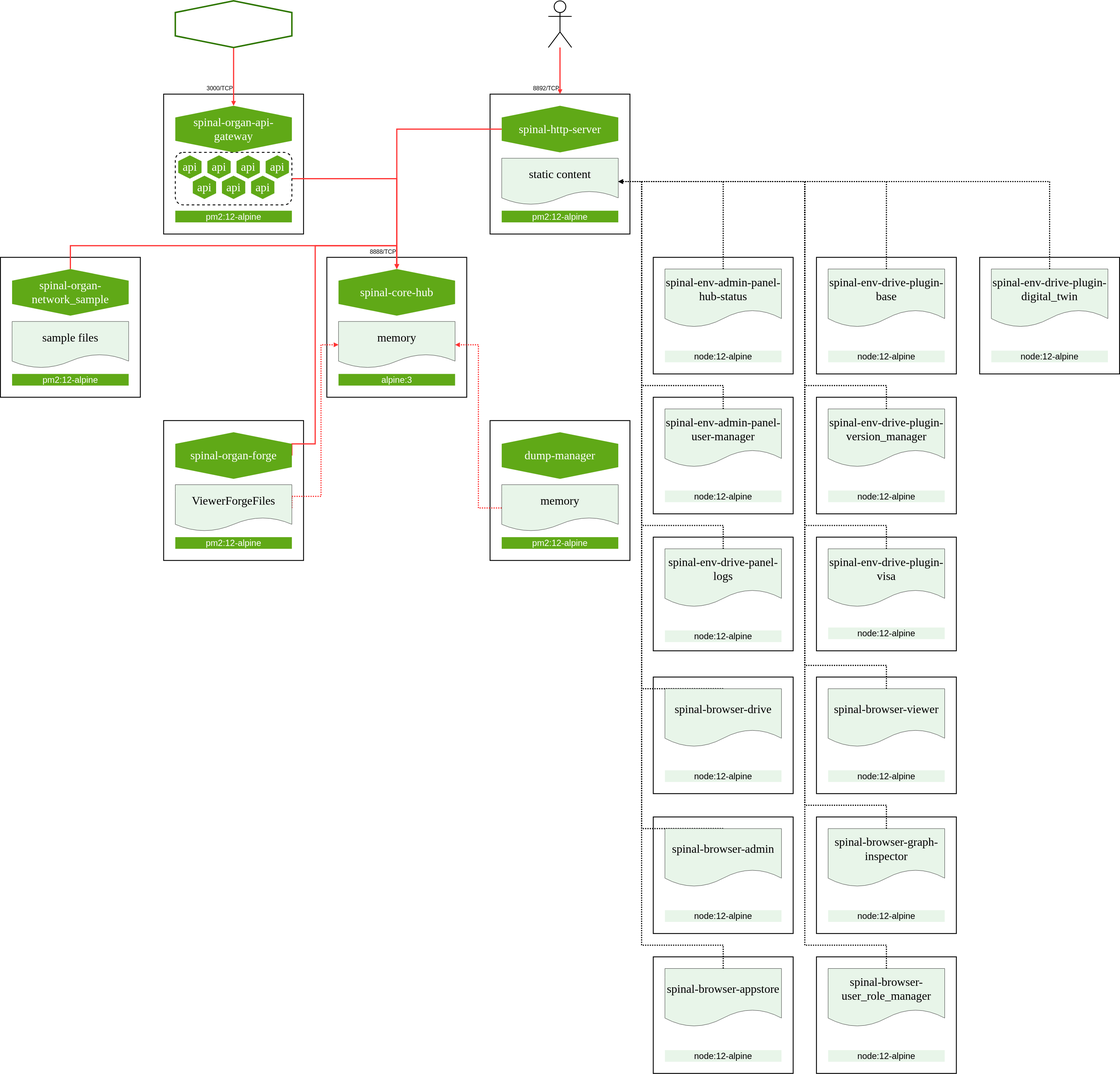
This is docs/diagrams/architecture_v0.0.1.drawio.svg from fjudith/spinalker, a draw.io export, as it was before one commit. Source tidied: cells renumbered, new cells last; positions are measured from the earlier drawing's top-left corner, leaving out a move shared by most shapes.
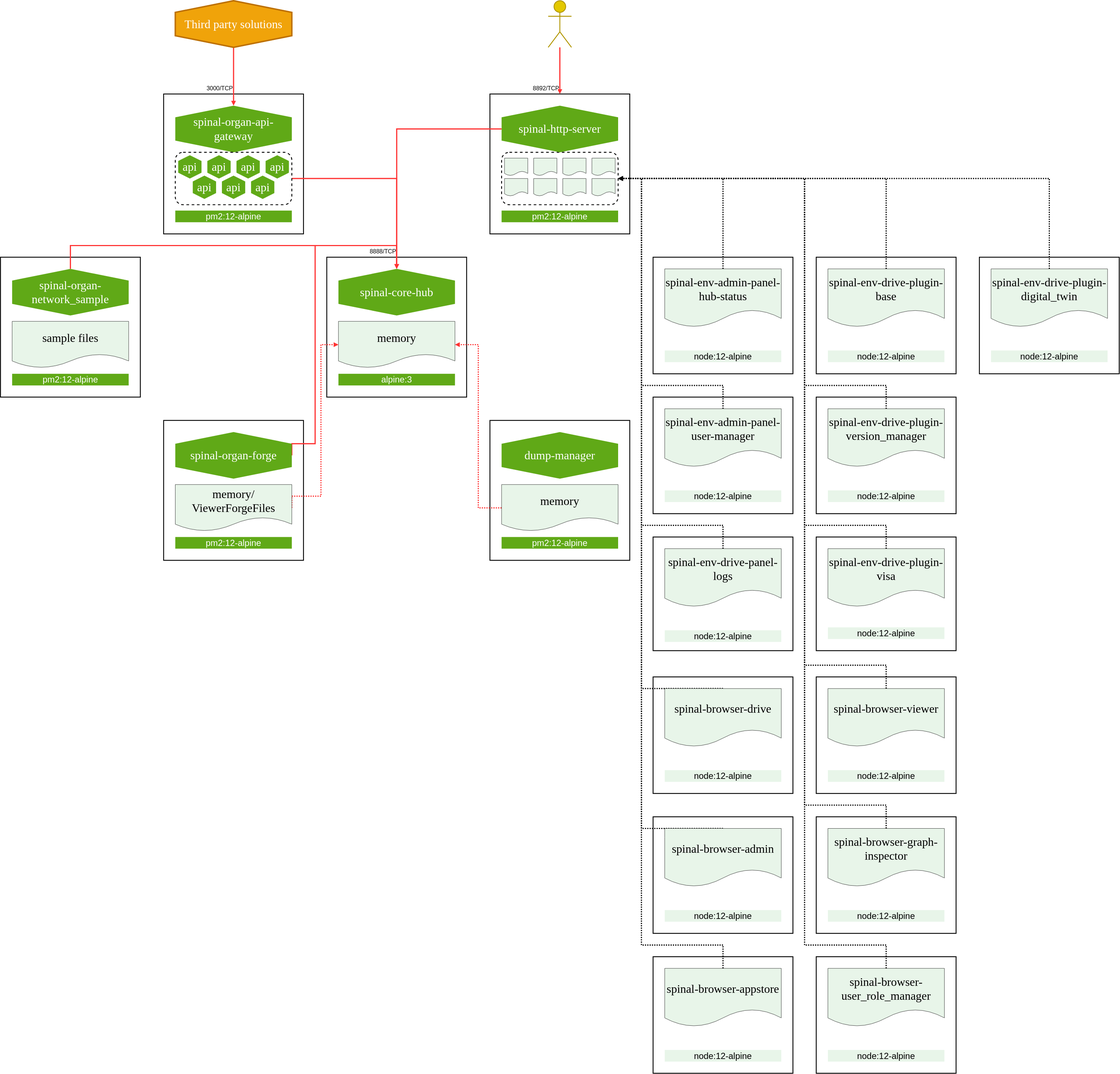
The same file after the commit.

Commit message:
Updated architecture diagram

The edit, as a diff of the source:
```diff
@@ -4,2 +4,8 @@
     <mxCell id="1" parent="0" />
+    <mxCell id="12" style="whiteSpace=wrap;html=1;rounded=0;sketch=0;fillColor=none;strokeWidth=3;" parent="1" vertex="1">
+      <mxGeometry x="1680" y="320" width="480" height="480" as="geometry" />
+    </mxCell>
+    <mxCell id="4" style="rounded=1;whiteSpace=wrap;html=1;fillColor=none;strokeWidth=3;dashed=1;" parent="1" vertex="1">
+      <mxGeometry x="1720" y="520" width="400" height="180" as="geometry" />
+    </mxCell>
     <mxCell id="2" style="whiteSpace=wrap;html=1;rounded=0;sketch=0;strokeWidth=3;fillColor=none;" parent="1" vertex="1">
@@ -7,8 +13,5 @@
     </mxCell>
-    <mxCell id="3" style="edgeStyle=orthogonalEdgeStyle;rounded=0;jettySize=auto;html=1;exitX=1;exitY=0.5;exitDx=0;exitDy=0;entryX=0;entryY=0.5;entryDx=0;entryDy=0;fontFamily=Arial;fontSize=20;fontColor=#005700;strokeWidth=4;endFill=1;endArrow=block;startFill=0;fillColor=#a20025;strokeColor=#FF3333;" parent="1" edge="1" source="4" target="10">
+    <mxCell id="3" style="edgeStyle=orthogonalEdgeStyle;rounded=0;jettySize=auto;html=1;entryX=0;entryY=0.5;entryDx=0;entryDy=0;fontFamily=Arial;fontSize=20;fontColor=#005700;strokeWidth=4;endFill=1;endArrow=block;startFill=0;fillColor=#a20025;strokeColor=#FF3333;exitX=1;exitY=0.5;exitDx=0;exitDy=0;" parent="1" edge="1" source="106" target="10">
       <mxGeometry relative="1" as="geometry" />
     </mxCell>
-    <mxCell id="4" style="rounded=1;whiteSpace=wrap;html=1;fillColor=none;strokeWidth=3;dashed=1;" parent="1" vertex="1">
-      <mxGeometry x="600" y="520" width="400" height="180" as="geometry" />
-    </mxCell>
     <mxCell id="5" style="rounded=0;whiteSpace=wrap;html=1;fillColor=none;fontColor=#f0f0f0;strokeWidth=3;sketch=0;" parent="1" vertex="1">
@@ -19,3 +22,3 @@
     </mxCell>
-    <mxCell id="7" style="edgeStyle=orthogonalEdgeStyle;rounded=0;jettySize=auto;html=1;exitX=0.5;exitY=0;exitDx=0;exitDy=0;entryX=1;entryY=0.5;entryDx=0;entryDy=0;fontColor=#005700;fontFamily=Arial;fontSize=20;strokeWidth=4;endFill=1;endArrow=block;startFill=0;dashed=1;dashPattern=1 1;" parent="1" edge="1" source="8" target="15">
+    <mxCell id="7" style="edgeStyle=orthogonalEdgeStyle;rounded=0;jettySize=auto;html=1;exitX=0.5;exitY=0;exitDx=0;exitDy=0;entryX=1;entryY=0.5;entryDx=0;entryDy=0;fontColor=#005700;fontFamily=Arial;fontSize=20;strokeWidth=4;endFill=1;endArrow=block;startFill=0;dashed=1;dashPattern=1 1;" parent="1" edge="1" source="8" target="4">
       <mxGeometry relative="1" as="geometry" />
@@ -34,5 +37,2 @@
     </mxCell>
-    <mxCell id="12" style="whiteSpace=wrap;html=1;rounded=0;sketch=0;fillColor=none;strokeWidth=3;" parent="1" vertex="1">
-      <mxGeometry x="1680" y="320" width="480" height="480" as="geometry" />
-    </mxCell>
     <mxCell id="13" value="spinal-http-server" style="shape=hexagon;html=1;whiteSpace=wrap;perimeter=hexagonPerimeter;rounded=0;fontSize=40;align=center;direction=south;fontFamily=Verdana;fillColor=#60a917;fontColor=#ffffff;strokeColor=none;" parent="1" vertex="1">
@@ -43,4 +43,4 @@
     </mxCell>
-    <mxCell id="15" value="&lt;span style=&quot;font-family: &amp;#34;verdana&amp;#34; ; font-size: 40px&quot;&gt;static content&lt;/span&gt;" style="shape=document;whiteSpace=wrap;html=1;boundedLbl=1;fillColor=#E8F5E9;fontColor=#000000;" parent="1" vertex="1">
-      <mxGeometry x="1720" y="540" width="400" height="160" as="geometry" />
+    <mxCell id="15" style="shape=document;whiteSpace=wrap;html=1;boundedLbl=1;fillColor=#E8F5E9;fontColor=#000000;size=0.25;" parent="1" vertex="1">
+      <mxGeometry x="1730" y="540" width="80" height="60" as="geometry" />
     </mxCell>
@@ -59,3 +59,3 @@
     </mxCell>
-    <mxCell id="19" style="edgeStyle=orthogonalEdgeStyle;rounded=0;jettySize=auto;html=1;exitX=0.5;exitY=0;exitDx=0;exitDy=0;entryX=1;entryY=0.5;entryDx=0;entryDy=0;fontColor=#005700;fontFamily=Arial;fontSize=20;strokeWidth=4;endFill=1;endArrow=block;startFill=0;dashed=1;dashPattern=1 1;" parent="1" edge="1" source="20" target="15">
+    <mxCell id="19" style="edgeStyle=orthogonalEdgeStyle;rounded=0;jettySize=auto;html=1;exitX=0.5;exitY=0;exitDx=0;exitDy=0;entryX=1;entryY=0.5;entryDx=0;entryDy=0;fontColor=#005700;fontFamily=Arial;fontSize=20;strokeWidth=4;endFill=1;endArrow=block;startFill=0;dashed=1;dashPattern=1 1;" parent="1" edge="1" source="20" target="4">
       <mxGeometry relative="1" as="geometry">
@@ -64,3 +64,3 @@
           <mxPoint x="2200" y="1320" />
-          <mxPoint x="2200" y="620" />
+          <mxPoint x="2200" y="610" />
         </Array>
@@ -77,3 +77,3 @@
     </mxCell>
-    <mxCell id="23" style="edgeStyle=orthogonalEdgeStyle;rounded=0;jettySize=auto;html=1;exitX=0.5;exitY=0;exitDx=0;exitDy=0;entryX=1;entryY=0.5;entryDx=0;entryDy=0;startFill=0;endArrow=block;endFill=1;strokeWidth=4;fontFamily=Arial;fontSize=20;fontColor=#005700;dashed=1;dashPattern=1 1;" parent="1" edge="1" source="24" target="15">
+    <mxCell id="23" style="edgeStyle=orthogonalEdgeStyle;rounded=0;jettySize=auto;html=1;exitX=0.5;exitY=0;exitDx=0;exitDy=0;entryX=1;entryY=0.5;entryDx=0;entryDy=0;startFill=0;endArrow=block;endFill=1;strokeWidth=4;fontFamily=Arial;fontSize=20;fontColor=#005700;dashed=1;dashPattern=1 1;" parent="1" edge="1" source="24" target="4">
       <mxGeometry relative="1" as="geometry">
@@ -82,3 +82,3 @@
           <mxPoint x="2200" y="1800" />
-          <mxPoint x="2200" y="620" />
+          <mxPoint x="2200" y="610" />
         </Array>
@@ -95,3 +95,3 @@
     </mxCell>
-    <mxCell id="27" style="edgeStyle=orthogonalEdgeStyle;rounded=0;jettySize=auto;html=1;exitX=0.5;exitY=0;exitDx=0;exitDy=0;entryX=1;entryY=0.5;entryDx=0;entryDy=0;startFill=0;endArrow=block;endFill=1;strokeWidth=4;fontFamily=Arial;fontSize=20;fontColor=#005700;dashed=1;dashPattern=1 1;" parent="1" edge="1" source="28" target="15">
+    <mxCell id="27" style="edgeStyle=orthogonalEdgeStyle;rounded=0;jettySize=auto;html=1;exitX=0.5;exitY=0;exitDx=0;exitDy=0;entryX=1;entryY=0.5;entryDx=0;entryDy=0;startFill=0;endArrow=block;endFill=1;strokeWidth=4;fontFamily=Arial;fontSize=20;fontColor=#005700;dashed=1;dashPattern=1 1;" parent="1" edge="1" source="28" target="4">
       <mxGeometry relative="1" as="geometry" />
@@ -107,3 +107,3 @@
     </mxCell>
-    <mxCell id="31" style="edgeStyle=orthogonalEdgeStyle;rounded=0;jettySize=auto;html=1;exitX=0.5;exitY=0;exitDx=0;exitDy=0;entryX=1;entryY=0.5;entryDx=0;entryDy=0;startFill=0;endArrow=block;endFill=1;strokeWidth=4;fontFamily=Arial;fontSize=20;fontColor=#005700;dashed=1;dashPattern=1 1;" parent="1" edge="1" source="32" target="15">
+    <mxCell id="31" style="edgeStyle=orthogonalEdgeStyle;rounded=0;jettySize=auto;html=1;exitX=0.5;exitY=0;exitDx=0;exitDy=0;entryX=1;entryY=0.5;entryDx=0;entryDy=0;startFill=0;endArrow=block;endFill=1;strokeWidth=4;fontFamily=Arial;fontSize=20;fontColor=#005700;dashed=1;dashPattern=1 1;" parent="1" edge="1" source="32" target="4">
       <mxGeometry relative="1" as="geometry">
@@ -112,3 +112,3 @@
           <mxPoint x="2760" y="1320" />
-          <mxPoint x="2760" y="620" />
+          <mxPoint x="2760" y="610" />
         </Array>
@@ -125,3 +125,3 @@
     </mxCell>
-    <mxCell id="35" style="edgeStyle=orthogonalEdgeStyle;rounded=0;jettySize=auto;html=1;exitX=0.5;exitY=0;exitDx=0;exitDy=0;entryX=1;entryY=0.5;entryDx=0;entryDy=0;startFill=0;endArrow=block;endFill=1;strokeWidth=4;fontFamily=Arial;fontSize=20;fontColor=#005700;dashed=1;dashPattern=1 1;" parent="1" edge="1" source="36" target="15">
+    <mxCell id="35" style="edgeStyle=orthogonalEdgeStyle;rounded=0;jettySize=auto;html=1;exitX=0.5;exitY=0;exitDx=0;exitDy=0;entryX=1;entryY=0.5;entryDx=0;entryDy=0;startFill=0;endArrow=block;endFill=1;strokeWidth=4;fontFamily=Arial;fontSize=20;fontColor=#005700;dashed=1;dashPattern=1 1;" parent="1" edge="1" source="36" target="4">
       <mxGeometry relative="1" as="geometry">
@@ -130,3 +130,3 @@
           <mxPoint x="2760" y="1800" />
-          <mxPoint x="2760" y="620" />
+          <mxPoint x="2760" y="610" />
         </Array>
@@ -143,3 +143,3 @@
     </mxCell>
-    <mxCell id="39" style="edgeStyle=orthogonalEdgeStyle;rounded=0;jettySize=auto;html=1;exitX=0.5;exitY=0;exitDx=0;exitDy=0;entryX=1;entryY=0.5;entryDx=0;entryDy=0;startFill=0;endArrow=block;endFill=1;strokeWidth=4;fontFamily=Arial;fontSize=20;fontColor=#005700;dashed=1;dashPattern=1 1;" parent="1" edge="1" source="40" target="15">
+    <mxCell id="39" style="edgeStyle=orthogonalEdgeStyle;rounded=0;jettySize=auto;html=1;exitX=0.5;exitY=0;exitDx=0;exitDy=0;startFill=0;endArrow=block;endFill=1;strokeWidth=4;fontFamily=Arial;fontSize=20;fontColor=#005700;dashed=1;dashPattern=1 1;entryX=1;entryY=0.5;entryDx=0;entryDy=0;" parent="1" edge="1" source="40" target="4">
       <mxGeometry relative="1" as="geometry" />
@@ -155,3 +155,3 @@
     </mxCell>
-    <mxCell id="43" style="edgeStyle=orthogonalEdgeStyle;rounded=0;jettySize=auto;html=1;exitX=0.5;exitY=0;exitDx=0;exitDy=0;entryX=1;entryY=0.5;entryDx=0;entryDy=0;startFill=0;endArrow=block;endFill=1;strokeWidth=4;fontFamily=Arial;fontSize=20;fontColor=#005700;dashed=1;dashPattern=1 1;" parent="1" edge="1" source="44" target="15">
+    <mxCell id="43" style="edgeStyle=orthogonalEdgeStyle;rounded=0;jettySize=auto;html=1;exitX=0.5;exitY=0;exitDx=0;exitDy=0;entryX=1;entryY=0.5;entryDx=0;entryDy=0;startFill=0;endArrow=block;endFill=1;strokeWidth=4;fontFamily=Arial;fontSize=20;fontColor=#005700;dashed=1;dashPattern=1 1;" parent="1" edge="1" source="44" target="4">
       <mxGeometry relative="1" as="geometry">
@@ -159,3 +159,3 @@
           <mxPoint x="2200" y="2840" />
-          <mxPoint x="2200" y="620" />
+          <mxPoint x="2200" y="610" />
         </Array>
@@ -172,3 +172,3 @@
     </mxCell>
-    <mxCell id="47" style="edgeStyle=orthogonalEdgeStyle;rounded=0;jettySize=auto;html=1;exitX=0.5;exitY=0;exitDx=0;exitDy=0;entryX=1;entryY=0.5;entryDx=0;entryDy=0;startFill=0;endArrow=block;endFill=1;strokeWidth=4;fontFamily=Arial;fontSize=20;fontColor=#005700;dashed=1;dashPattern=1 1;" parent="1" edge="1" source="48" target="15">
+    <mxCell id="47" style="edgeStyle=orthogonalEdgeStyle;rounded=0;jettySize=auto;html=1;exitX=0.5;exitY=0;exitDx=0;exitDy=0;entryX=1;entryY=0.5;entryDx=0;entryDy=0;startFill=0;endArrow=block;endFill=1;strokeWidth=4;fontFamily=Arial;fontSize=20;fontColor=#005700;dashed=1;dashPattern=1 1;" parent="1" edge="1" source="48" target="4">
       <mxGeometry relative="1" as="geometry">
@@ -177,3 +177,3 @@
           <mxPoint x="2200" y="3240" />
-          <mxPoint x="2200" y="620" />
+          <mxPoint x="2200" y="610" />
         </Array>
@@ -190,7 +190,8 @@
     </mxCell>
-    <mxCell id="51" style="edgeStyle=orthogonalEdgeStyle;rounded=0;jettySize=auto;html=1;exitX=0.5;exitY=0;exitDx=0;exitDy=0;entryX=1;entryY=0.5;entryDx=0;entryDy=0;startFill=0;endArrow=block;endFill=1;strokeWidth=4;fontFamily=Arial;fontSize=20;fontColor=#005700;dashed=1;dashPattern=1 1;" parent="1" edge="1" source="52" target="15">
+    <mxCell id="51" style="edgeStyle=orthogonalEdgeStyle;rounded=0;jettySize=auto;html=1;exitX=0.5;exitY=0;exitDx=0;exitDy=0;startFill=0;endArrow=block;endFill=1;strokeWidth=4;fontFamily=Arial;fontSize=20;fontColor=#005700;dashed=1;dashPattern=1 1;" parent="1" edge="1" source="52">
       <mxGeometry relative="1" as="geometry">
+        <mxPoint x="2120" y="610" as="targetPoint" />
         <Array as="points">
           <mxPoint x="2200" y="2360" />
-          <mxPoint x="2200" y="620" />
+          <mxPoint x="2200" y="610" />
         </Array>
@@ -207,3 +208,3 @@
     </mxCell>
-    <mxCell id="55" style="edgeStyle=orthogonalEdgeStyle;rounded=0;jettySize=auto;html=1;exitX=0.5;exitY=0;exitDx=0;exitDy=0;startFill=0;endArrow=block;endFill=1;strokeWidth=4;fontFamily=Arial;fontSize=20;fontColor=#005700;entryX=1;entryY=0.5;entryDx=0;entryDy=0;dashed=1;dashPattern=1 1;" parent="1" edge="1" source="56" target="15">
+    <mxCell id="55" style="edgeStyle=orthogonalEdgeStyle;rounded=0;jettySize=auto;html=1;exitX=0.5;exitY=0;exitDx=0;exitDy=0;startFill=0;endArrow=block;endFill=1;strokeWidth=4;fontFamily=Arial;fontSize=20;fontColor=#005700;entryX=1;entryY=0.5;entryDx=0;entryDy=0;dashed=1;dashPattern=1 1;" parent="1" edge="1" source="56" target="4">
       <mxGeometry relative="1" as="geometry">
@@ -212,3 +213,3 @@
           <mxPoint x="2760" y="2760" />
-          <mxPoint x="2760" y="620" />
+          <mxPoint x="2760" y="610" />
         </Array>
@@ -225,3 +226,3 @@
     </mxCell>
-    <mxCell id="59" style="edgeStyle=orthogonalEdgeStyle;rounded=0;jettySize=auto;html=1;exitX=0.5;exitY=0;exitDx=0;exitDy=0;entryX=1;entryY=0.5;entryDx=0;entryDy=0;startFill=0;endArrow=block;endFill=1;strokeWidth=4;fontFamily=Arial;fontSize=20;fontColor=#005700;dashed=1;dashPattern=1 1;" parent="1" edge="1" source="60" target="15">
+    <mxCell id="59" style="edgeStyle=orthogonalEdgeStyle;rounded=0;jettySize=auto;html=1;exitX=0.5;exitY=0;exitDx=0;exitDy=0;entryX=1;entryY=0.5;entryDx=0;entryDy=0;startFill=0;endArrow=block;endFill=1;strokeWidth=4;fontFamily=Arial;fontSize=20;fontColor=#005700;dashed=1;dashPattern=1 1;" parent="1" edge="1" source="60" target="4">
       <mxGeometry relative="1" as="geometry">
@@ -230,3 +231,3 @@
           <mxPoint x="2760" y="3240" />
-          <mxPoint x="2760" y="620" />
+          <mxPoint x="2760" y="610" />
         </Array>
@@ -243,3 +244,3 @@
     </mxCell>
-    <mxCell id="63" style="edgeStyle=orthogonalEdgeStyle;rounded=0;jettySize=auto;html=1;exitX=0.5;exitY=0;exitDx=0;exitDy=0;entryX=1;entryY=0.5;entryDx=0;entryDy=0;startFill=0;endArrow=block;endFill=1;strokeWidth=4;fontFamily=Arial;fontSize=20;fontColor=#005700;dashed=1;dashPattern=1 1;" parent="1" edge="1" source="64" target="15">
+    <mxCell id="63" style="edgeStyle=orthogonalEdgeStyle;rounded=0;jettySize=auto;html=1;exitX=0.5;exitY=0;exitDx=0;exitDy=0;entryX=1;entryY=0.5;entryDx=0;entryDy=0;startFill=0;endArrow=block;endFill=1;strokeWidth=4;fontFamily=Arial;fontSize=20;fontColor=#005700;dashed=1;dashPattern=1 1;" parent="1" edge="1" source="64" target="4">
       <mxGeometry relative="1" as="geometry">
@@ -248,3 +249,3 @@
           <mxPoint x="2760" y="2280" />
-          <mxPoint x="2760" y="620" />
+          <mxPoint x="2760" y="610" />
         </Array>
@@ -299,3 +300,3 @@
     </mxCell>
-    <mxCell id="76" value="&lt;span style=&quot;font-family: &amp;#34;verdana&amp;#34; ; font-size: 40px&quot;&gt;ViewerForgeFiles&lt;/span&gt;" style="shape=document;whiteSpace=wrap;html=1;boundedLbl=1;fillColor=#E8F5E9;fontColor=#000000;" parent="1" vertex="1">
+    <mxCell id="76" value="&lt;span style=&quot;font-family: &amp;#34;verdana&amp;#34; ; font-size: 40px&quot;&gt;memory/&lt;br&gt;ViewerForgeFiles&lt;/span&gt;" style="shape=document;whiteSpace=wrap;html=1;boundedLbl=1;fillColor=#E8F5E9;fontColor=#000000;" parent="1" vertex="1">
       <mxGeometry x="600" y="1660" width="400" height="160" as="geometry" />
@@ -332,3 +333,3 @@
     </mxCell>
-    <mxCell id="87" style="shape=umlActor;verticalLabelPosition=bottom;verticalAlign=top;html=1;outlineConnect=0;strokeWidth=3;fillColor=none;fontSize=20;align=right;" parent="1" vertex="1">
+    <mxCell id="87" style="shape=umlActor;verticalLabelPosition=bottom;verticalAlign=top;html=1;outlineConnect=0;strokeWidth=3;fillColor=#e3c800;fontSize=20;align=right;strokeColor=#B09500;fontColor=#ffffff;" parent="1" vertex="1">
       <mxGeometry x="1880" width="80" height="160" as="geometry" />
@@ -341,3 +342,3 @@
     </mxCell>
-    <mxCell id="90" value="Third party solutions" style="shape=hexagon;html=1;whiteSpace=wrap;perimeter=hexagonPerimeter;rounded=0;fontSize=40;align=center;direction=south;fontFamily=Verdana;fontColor=#ffffff;strokeColor=#2D7600;fillColor=none;strokeWidth=5;" parent="1" vertex="1">
+    <mxCell id="90" value="Third party solutions" style="shape=hexagon;html=1;whiteSpace=wrap;perimeter=hexagonPerimeter;rounded=0;fontSize=40;align=center;direction=south;fontFamily=Verdana;strokeColor=#BD7000;fillColor=#f0a30a;strokeWidth=5;fontColor=#ffffff;" parent="1" vertex="1">
       <mxGeometry x="600" width="400" height="160" as="geometry" />
@@ -370,2 +371,29 @@
     </mxCell>
+    <mxCell id="98" style="shape=document;whiteSpace=wrap;html=1;boundedLbl=1;fillColor=#E8F5E9;fontColor=#000000;size=0.25;" parent="1" vertex="1">
+      <mxGeometry x="1830" y="540" width="80" height="60" as="geometry" />
+    </mxCell>
+    <mxCell id="99" style="shape=document;whiteSpace=wrap;html=1;boundedLbl=1;fillColor=#E8F5E9;fontColor=#000000;size=0.25;" parent="1" vertex="1">
+      <mxGeometry x="1930" y="540" width="80" height="60" as="geometry" />
+    </mxCell>
+    <mxCell id="100" style="shape=document;whiteSpace=wrap;html=1;boundedLbl=1;fillColor=#E8F5E9;fontColor=#000000;size=0.25;" parent="1" vertex="1">
+      <mxGeometry x="2030" y="540" width="80" height="60" as="geometry" />
+    </mxCell>
+    <mxCell id="101" style="shape=document;whiteSpace=wrap;html=1;boundedLbl=1;fillColor=#E8F5E9;fontColor=#000000;size=0.25;" parent="1" vertex="1">
+      <mxGeometry x="2030" y="610" width="80" height="60" as="geometry" />
+    </mxCell>
+    <mxCell id="102" style="shape=document;whiteSpace=wrap;html=1;boundedLbl=1;fillColor=#E8F5E9;fontColor=#000000;size=0.25;" parent="1" vertex="1">
+      <mxGeometry x="1930" y="610" width="80" height="60" as="geometry" />
+    </mxCell>
+    <mxCell id="103" style="shape=document;whiteSpace=wrap;html=1;boundedLbl=1;fillColor=#E8F5E9;fontColor=#000000;size=0.25;" parent="1" vertex="1">
+      <mxGeometry x="1830" y="610" width="80" height="60" as="geometry" />
+    </mxCell>
+    <mxCell id="104" style="shape=document;whiteSpace=wrap;html=1;boundedLbl=1;fillColor=#E8F5E9;fontColor=#000000;size=0.25;" parent="1" vertex="1">
+      <mxGeometry x="1730" y="610" width="80" height="60" as="geometry" />
+    </mxCell>
+    <mxCell id="105" value="&lt;span style=&quot;color: rgb(255 , 255 , 255) ; font-size: 30px&quot;&gt;Static Content&lt;/span&gt;" style="text;html=1;strokeColor=none;fillColor=none;align=center;verticalAlign=middle;whiteSpace=wrap;rounded=0;fontColor=#00FF00;" parent="1" vertex="1">
+      <mxGeometry x="1800" y="670" width="240" height="30" as="geometry" />
+    </mxCell>
+    <mxCell id="106" style="rounded=1;whiteSpace=wrap;html=1;fillColor=none;strokeWidth=3;dashed=1;" parent="1" vertex="1">
+      <mxGeometry x="600" y="520" width="400" height="180" as="geometry" />
+    </mxCell>
   </root>
```
